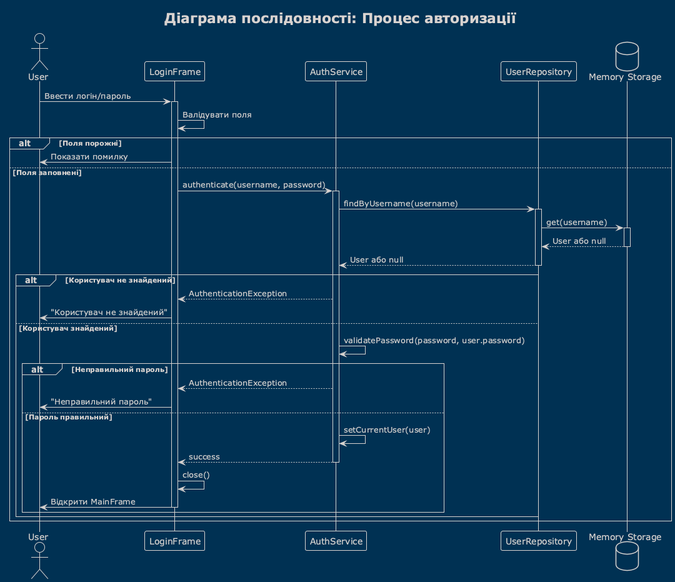
trubchinin/jira-light keeps this PlantUML diagram as UML/sequence_login.png. Above is the earlier version.
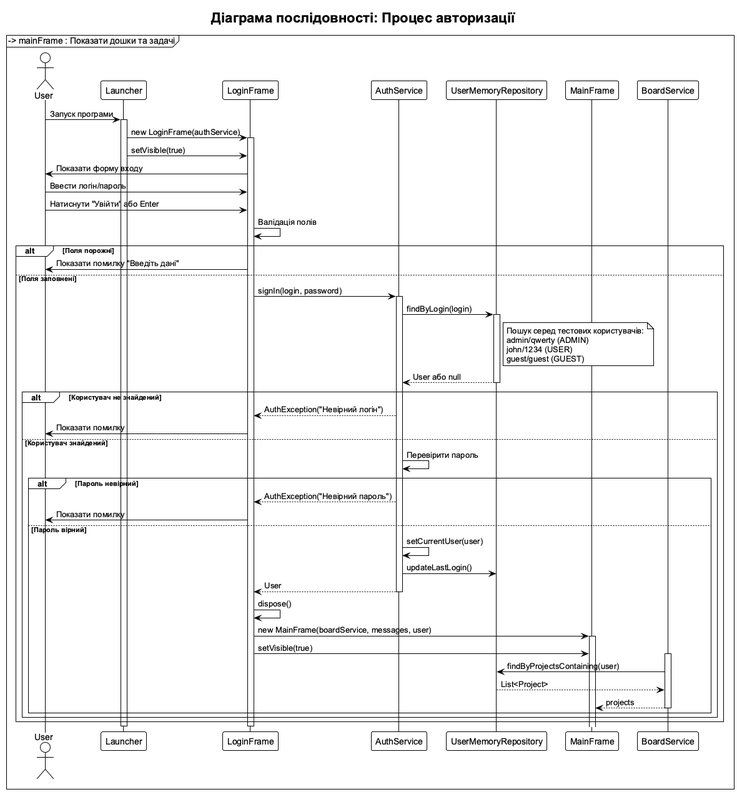
After the commit.

The edit, as a diff of the source:
```diff
@@ -1,53 +1,82 @@
 @startuml sequence_login
-!theme blueprint
+!theme plain
+skinparam backgroundColor white
+skinparam defaultFontName Arial
 
 title Діаграма послідовності: Процес авторизації
 
 actor User as user
-participant "LoginFrame" as login
-participant "AuthService" as auth
-participant "UserRepository" as repo
-database "Memory Storage" as storage
+participant "Launcher" as launcher
+participant "LoginFrame" as loginFrame
+participant "AuthService" as authService
+participant "UserMemoryRepository" as userRepo
+participant "MainFrame" as mainFrame
+participant "BoardService" as boardService
 
-user -> login : Ввести логін/пароль
-activate login
+user -> launcher : Запуск програми
+activate launcher
 
-login -> login : Валідувати поля
+launcher -> loginFrame : new LoginFrame(authService)
+activate loginFrame
+
+launcher -> loginFrame : setVisible(true)
+loginFrame -> user : Показати форму входу
+
+user -> loginFrame : Ввести логін/пароль
+user -> loginFrame : Натиснути "Увійти" або Enter
+
+loginFrame -> loginFrame : Валідація полів
 alt Поля порожні
-    login -> user : Показати помилку
+    loginFrame -> user : Показати помилку "Введіть дані"
 else Поля заповнені
-    login -> auth : authenticate(username, password)
-    activate auth
+    loginFrame -> authService : signIn(login, password)
+    activate authService
 
-    auth -> repo : findByUsername(username)
-    activate repo
+    authService -> userRepo : findByLogin(login)
+    activate userRepo
 
-    repo -> storage : get(username)
-    activate storage
-    storage --> repo : User або null
-    deactivate storage
+    note right of userRepo : Пошук серед тестових користувачів:\nadmin/qwerty (ADMIN)\njohn/1234 (USER)\nguest/guest (GUEST)
 
-    repo --> auth : User або null
-    deactivate repo
+    userRepo --> authService : User або null
+    deactivate userRepo
 
     alt Користувач не знайдений
-        auth --> login : AuthenticationException
-        login -> user : "Користувач не знайдений"
+        authService --> loginFrame : AuthException("Невірний логін")
+        loginFrame -> user : Показати помилку
     else Користувач знайдений
-        auth -> auth : validatePassword(password, user.password)
-        alt Неправильний пароль
-            auth --> login : AuthenticationException
-            login -> user : "Неправильний пароль"
-        else Пароль правильний
-            auth -> auth : setCurrentUser(user)
-            auth --> login : success
-            deactivate auth
+        authService -> authService : Перевірити пароль
 
-            login -> login : close()
-            login -> user : Відкрити MainFrame
-            deactivate login
+        alt Пароль невірний
+            authService --> loginFrame : AuthException("Невірний пароль")
+            loginFrame -> user : Показати помилку
+        else Пароль вірний
+            authService -> authService : setCurrentUser(user)
+            authService -> userRepo : updateLastLogin()
+            authService --> loginFrame : User
+            deactivate authService
+
+            loginFrame -> loginFrame : dispose()
+
+            loginFrame -> mainFrame : new MainFrame(boardService, messages, user)
+            activate mainFrame
+
+            loginFrame -> mainFrame : setVisible(true)
+            mainFrame -> user : Показати головне вікно
+
+            mainFrame -> boardService : getUserProjects()
+            activate boardService
+            boardService -> userRepo : findByProjectsContaining(user)
+            userRepo --> boardService : List<Project>
+            boardService --> mainFrame : projects
+            deactivate boardService
+
+            mainFrame -> mainFrame : Ініціалізувати ProjectTreePanel
+            mainFrame -> mainFrame : Показати дошки та задачі
         end
     end
 end
 
+deactivate loginFrame
+deactivate launcher
+
 @enduml
```
